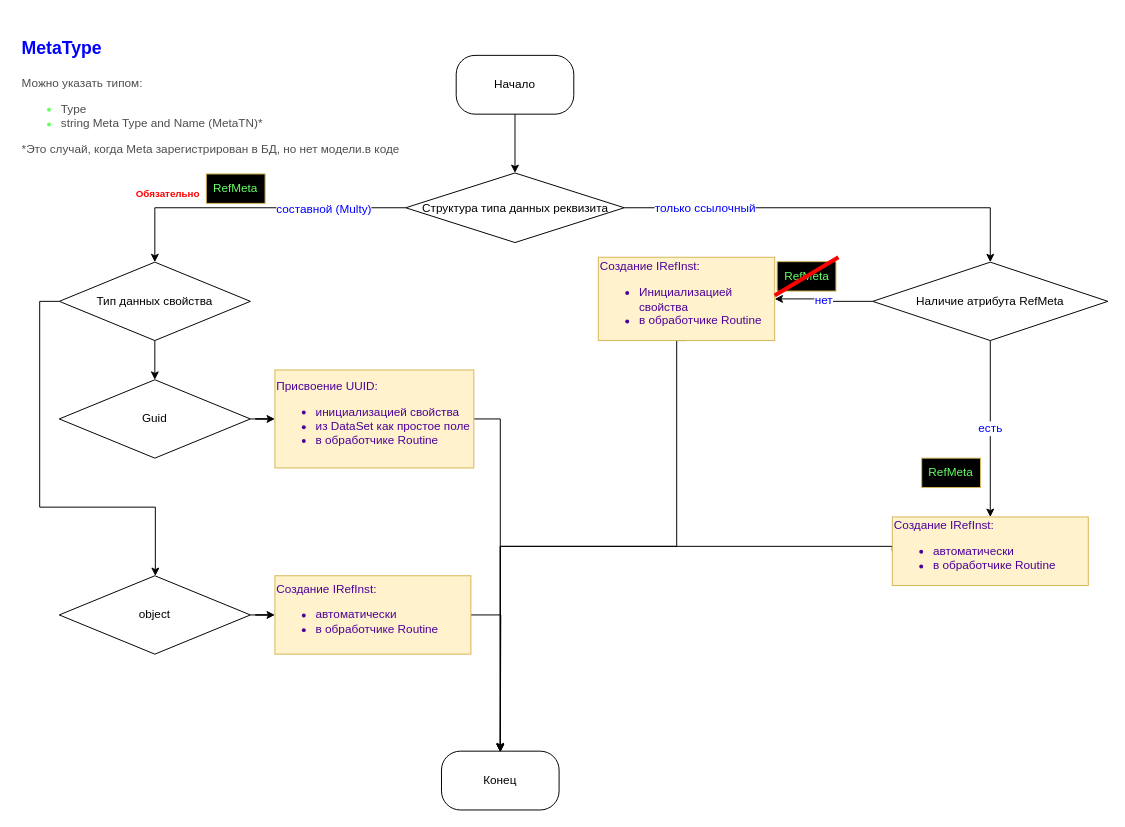
tkadm/- keeps this draw.io diagram as page "Атрибуты ссылочных типов" (1 of 2) of Ссылочные типы 1С v3.drawio. Above is the earlier version. Source tidied: cells renumbered, new cells numbered last; positions are measured from the earlier drawing's top-left corner, leaving out a move shared by most shapes. Both pictures are drawn from the tidied source at 98%, with x=0, y=0 at pixel (17, 26).
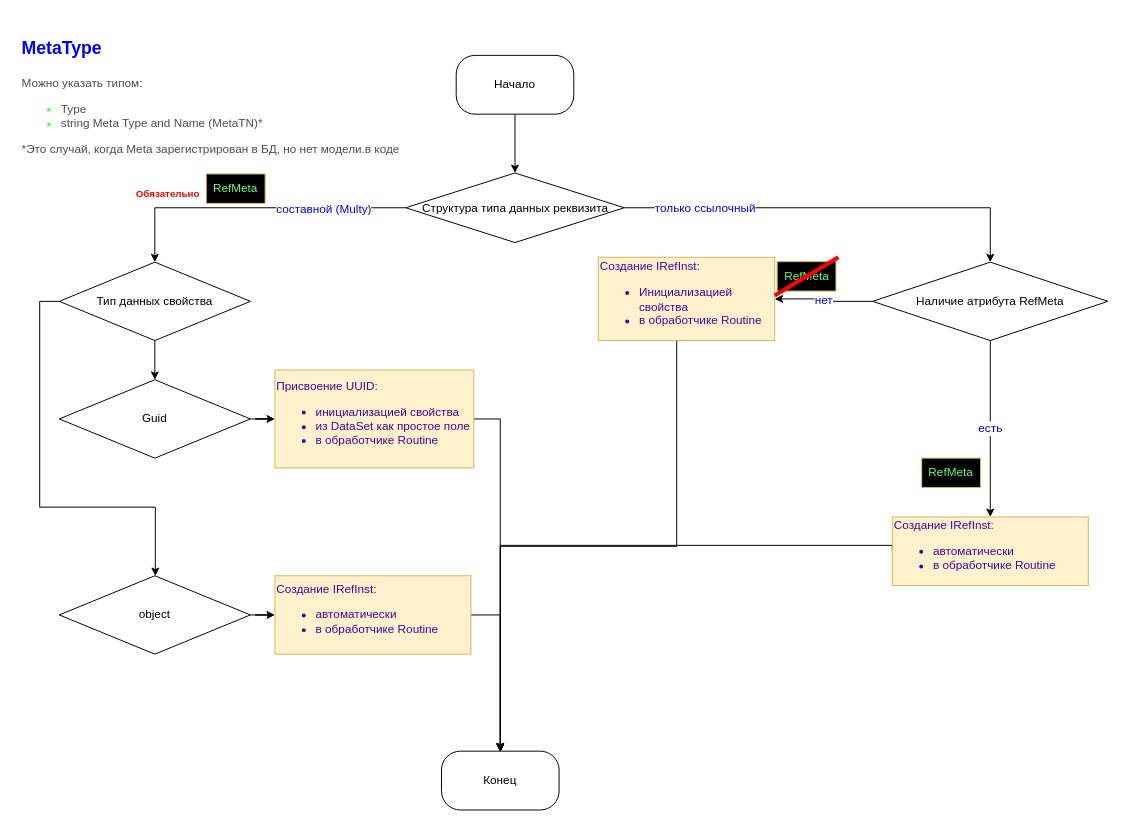
The same page after the edit.

The change refers to these unchanged cells:
```xml
<mxCell id="25" value="&lt;font color=&quot;#4c0099&quot;&gt;Создание IRefInst:&lt;br&gt;&lt;ul&gt;&lt;li&gt;автоматически&lt;/li&gt;&lt;li&gt;&lt;font color=&quot;#4c0099&quot;&gt;в обработчике Routine&lt;/font&gt;&lt;/li&gt;&lt;/ul&gt;&lt;/font&gt;" style="whiteSpace=wrap;html=1;rounded=0;arcSize=0;fontStyle=0;align=left;fillColor=#fff2cc;strokeColor=#d6b656;" parent="1" vertex="1">
  <mxGeometry x="263" y="560" width="200" height="80" as="geometry" />
</mxCell>
<mxCell id="29" value="Создание IRefInst:&lt;br&gt;&lt;ul&gt;&lt;li&gt;автоматически&lt;/li&gt;&lt;li&gt;в обработчике Routine&lt;/li&gt;&lt;/ul&gt;" style="whiteSpace=wrap;html=1;fillColor=#fff2cc;rounded=0;strokeColor=#d6b656;fontColor=#4C0099;align=left;" parent="1" vertex="1">
  <mxGeometry x="893" y="500" width="200" height="70" as="geometry" />
</mxCell>
```

The edit, as a diff of the source:
```diff
@@
     <mxCell id="24" style="edgeStyle=orthogonalEdgeStyle;rounded=0;jettySize=auto;html=1;exitX=1;exitY=0.5;exitDx=0;exitDy=0;" parent="1" edge="1" source="25">
       <mxGeometry relative="1" as="geometry">
         <mxPoint x="493" y="740" as="targetPoint" />
+        <Array as="points">
+          <mxPoint x="493" y="600" />
+        </Array>
       </mxGeometry>
     </mxCell>
@@
-    <mxCell id="28" style="edgeStyle=orthogonalEdgeStyle;rounded=0;jettySize=auto;html=1;exitX=0;exitY=0.5;exitDx=0;exitDy=0;" parent="1" edge="1" source="29">
+    <mxCell id="28" style="edgeStyle=orthogonalEdgeStyle;rounded=0;orthogonalLoop=1;jettySize=auto;html=1;exitX=0;exitY=0.5;exitDx=0;exitDy=0;" parent="1" edge="1">
       <mxGeometry relative="1" as="geometry">
-        <mxPoint x="493" y="740" as="targetPoint" />
+        <mxPoint x="893" y="534" as="sourcePoint" />
+        <mxPoint x="493" y="739" as="targetPoint" />
         <Array as="points">
-          <mxPoint x="893" y="530" />
-          <mxPoint x="493" y="530" />
+          <mxPoint x="893" y="529" />
+          <mxPoint x="493" y="529" />
         </Array>
       </mxGeometry>
     </mxCell>
```
